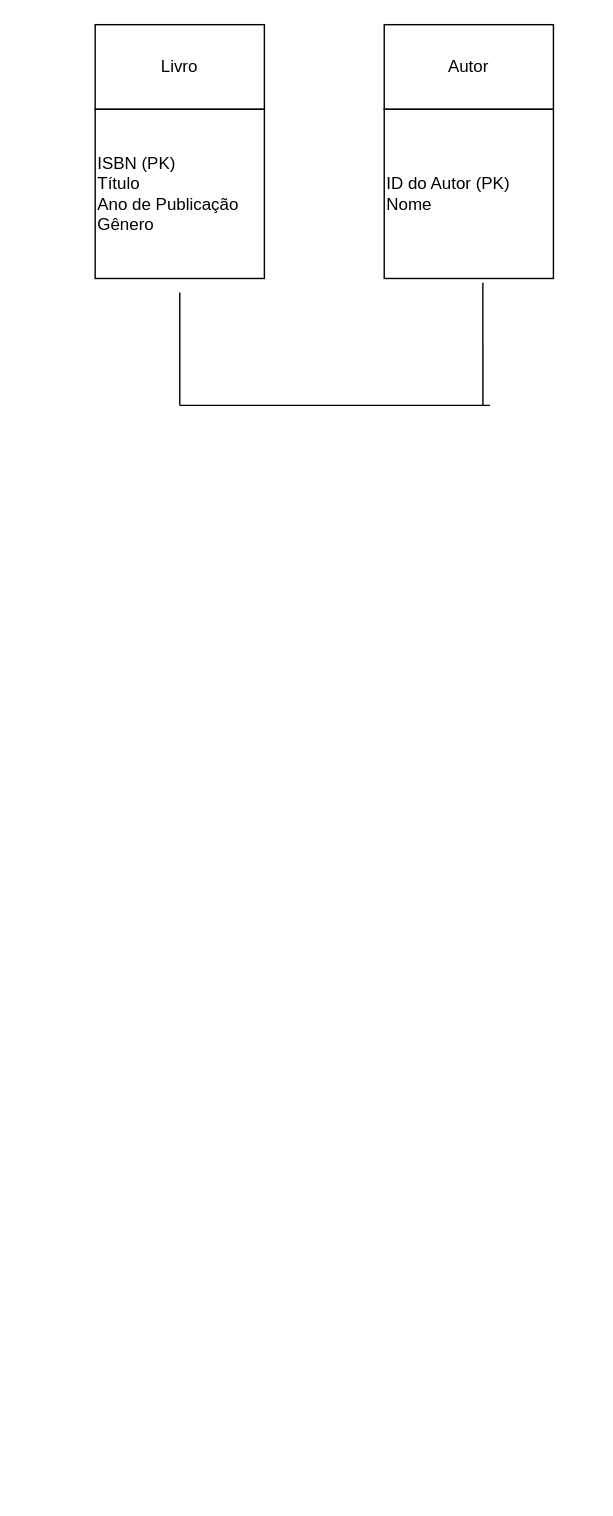
Before: Diagrama sem nome.drawio in IgorAraujo07/Ifood, a draw.io diagram. Source tidied: cells renumbered, new cells numbered last; positions are measured from the earlier drawing's top-left corner, leaving out a move shared by most shapes. Both pictures are drawn from the tidied source at 141%, with x=0, y=0 at pixel (94, 24).
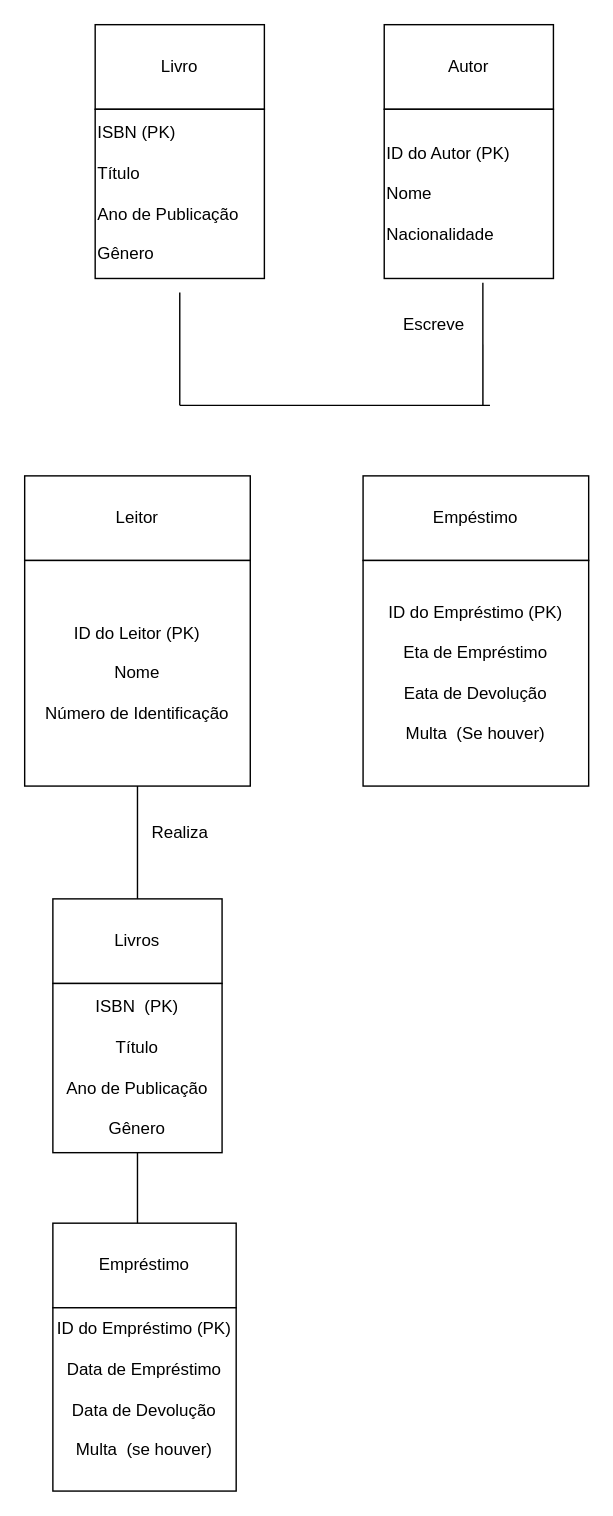
After the change.

Diff of the diagram source:
```diff
@@
-    <mxCell id="3" value="ISBN (PK)&lt;div&gt;Título&lt;/div&gt;&lt;div&gt;Ano de Publicação&lt;/div&gt;&lt;div&gt;Gênero&lt;/div&gt;" style="whiteSpace=wrap;html=1;align=left;" parent="1" vertex="1">
+    <mxCell id="3" value="ISBN (PK)&lt;div&gt;&lt;br&gt;&lt;div&gt;Título&lt;/div&gt;&lt;div&gt;&lt;br&gt;&lt;/div&gt;&lt;div&gt;Ano de Publicação&lt;/div&gt;&lt;div&gt;&lt;br&gt;&lt;/div&gt;&lt;div&gt;Gênero&lt;/div&gt;&lt;/div&gt;" style="whiteSpace=wrap;html=1;align=left;" parent="1" vertex="1">
       <mxGeometry y="60" width="120" height="120" as="geometry" />
     </mxCell>
@@
-    <mxCell id="5" value="ID do Autor (PK)&lt;div&gt;Nome&lt;/div&gt;" style="whiteSpace=wrap;html=1;align=left;" parent="1" vertex="1">
+    <mxCell id="5" value="ID do Autor (PK)&lt;div&gt;&lt;br&gt;&lt;div&gt;Nome&lt;/div&gt;&lt;div&gt;&lt;br&gt;&lt;/div&gt;&lt;div&gt;Nacionalidade&lt;/div&gt;&lt;/div&gt;" style="whiteSpace=wrap;html=1;align=left;" parent="1" vertex="1">
       <mxGeometry x="205" y="60" width="120" height="120" as="geometry" />
     </mxCell>
@@
+    <mxCell id="9" value="Escreve" style="text;html=1;align=center;verticalAlign=middle;strokeColor=none;fillColor=none;" parent="1" vertex="1">
+      <mxGeometry x="205" y="198" width="70" height="30" as="geometry" />
+    </mxCell>
+    <mxCell id="10" value="Leitor" style="rounded=0;whiteSpace=wrap;html=1;" parent="1" vertex="1">
+      <mxGeometry x="-50" y="320" width="160" height="60" as="geometry" />
+    </mxCell>
+    <mxCell id="11" value="ID do Leitor (PK)&lt;div&gt;&lt;br&gt;&lt;div&gt;Nome&lt;/div&gt;&lt;div&gt;&lt;br&gt;&lt;/div&gt;&lt;div&gt;Número de Identificação&lt;/div&gt;&lt;/div&gt;" style="whiteSpace=wrap;html=1;" parent="1" vertex="1">
+      <mxGeometry x="-50" y="380" width="160" height="160" as="geometry" />
+    </mxCell>
+    <mxCell id="12" value="Empéstimo" style="rounded=0;whiteSpace=wrap;html=1;" parent="1" vertex="1">
+      <mxGeometry x="190" y="320" width="160" height="60" as="geometry" />
+    </mxCell>
+    <mxCell id="13" value="ID do Empréstimo (PK)&lt;div&gt;&lt;br&gt;&lt;div&gt;Eta de Empréstimo&lt;/div&gt;&lt;/div&gt;&lt;div&gt;&lt;br&gt;&lt;/div&gt;&lt;div&gt;Eata de Devolução&lt;/div&gt;&lt;div&gt;&lt;br&gt;&lt;/div&gt;&lt;div&gt;Multa&amp;nbsp; (Se houver)&lt;/div&gt;" style="whiteSpace=wrap;html=1;" parent="1" vertex="1">
+      <mxGeometry x="190" y="380" width="160" height="160" as="geometry" />
+    </mxCell>
+    <mxCell id="14" style="endArrow=none;html=1;rounded=0;entryX=0.5;entryY=1;entryDx=0;entryDy=0;" parent="1" edge="1" target="11">
+      <mxGeometry relative="1" as="geometry">
+        <mxPoint x="30" y="620" as="sourcePoint" />
+      </mxGeometry>
+    </mxCell>
+    <mxCell id="15" value="Realiza" style="text;html=1;align=center;verticalAlign=middle;strokeColor=none;fillColor=none;" parent="1" vertex="1">
+      <mxGeometry x="30" y="558" width="60" height="30" as="geometry" />
+    </mxCell>
+    <mxCell id="16" value="Livros" style="rounded=0;whiteSpace=wrap;html=1;" parent="1" vertex="1">
+      <mxGeometry x="-30" y="620" width="120" height="60" as="geometry" />
+    </mxCell>
+    <mxCell id="17" value="ISBN&amp;nbsp; (PK)&lt;div&gt;&lt;br&gt;&lt;/div&gt;&lt;div&gt;Título&lt;/div&gt;&lt;div&gt;&lt;br&gt;&lt;/div&gt;&lt;div&gt;Ano de Publicação&lt;/div&gt;&lt;div&gt;&lt;br&gt;&lt;/div&gt;&lt;div&gt;Gênero&lt;/div&gt;" style="whiteSpace=wrap;html=1;" parent="1" vertex="1">
+      <mxGeometry x="-30" y="680" width="120" height="120" as="geometry" />
+    </mxCell>
+    <mxCell id="18" style="endArrow=none;html=1;rounded=0;" parent="1" edge="1">
+      <mxGeometry relative="1" as="geometry">
+        <mxPoint x="30" y="860" as="sourcePoint" />
+        <mxPoint x="30" y="800" as="targetPoint" />
+      </mxGeometry>
+    </mxCell>
+    <mxCell id="19" value="Empréstimo" style="rounded=0;whiteSpace=wrap;html=1;" parent="1" vertex="1">
+      <mxGeometry x="-30" y="850" width="130" height="60" as="geometry" />
+    </mxCell>
+    <mxCell id="20" value="ID do Empréstimo (PK)&lt;div&gt;&lt;br&gt;&lt;div&gt;Data de Empréstimo&lt;/div&gt;&lt;div&gt;&lt;br&gt;&lt;/div&gt;&lt;div&gt;Data de Devolução&lt;/div&gt;&lt;div&gt;&lt;br&gt;&lt;/div&gt;&lt;div&gt;Multa&amp;nbsp; (se houver)&lt;/div&gt;&lt;div&gt;&lt;br&gt;&lt;/div&gt;&lt;/div&gt;" style="whiteSpace=wrap;html=1;" parent="1" vertex="1">
+      <mxGeometry x="-30" y="910" width="130" height="130" as="geometry" />
+    </mxCell>
```
